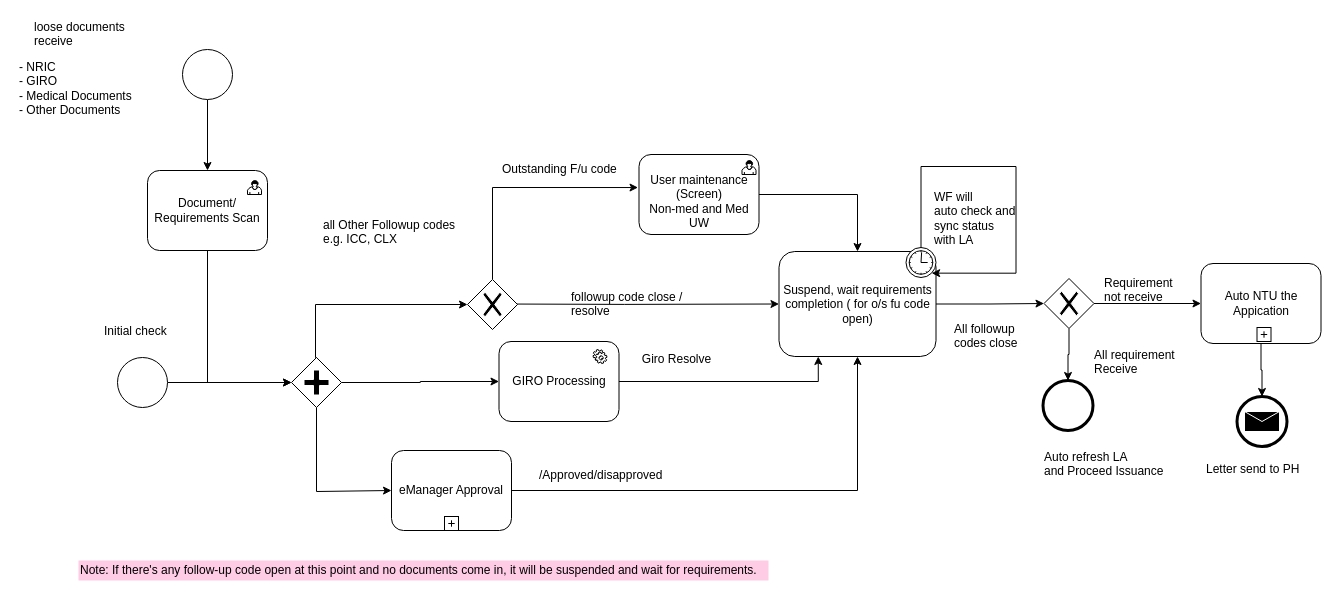
Above: page "Pending Requirement check" (3 of 6) of Untitled Diagram.drawio in Jefferzonlee/WorkFlow-BPR (draw.io), before the change. Source tidied: cells renumbered, new cells numbered last; positions are measured from the earlier drawing's top-left corner, leaving out a move shared by most shapes. Both pictures are drawn from the tidied source at 100%, with x=0, y=0 at pixel (17, 17).
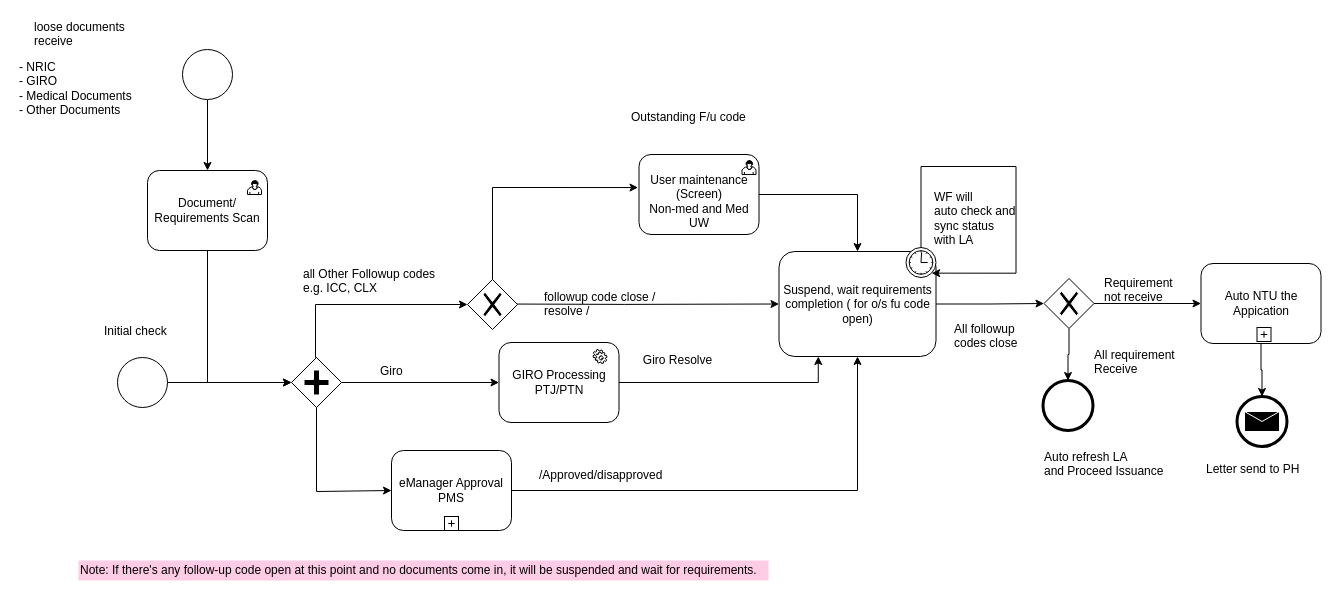
After the change.

Change to the diagram source:
```diff
@@
-    <mxCell id="8" value="&lt;span&gt;GIRO Processing&lt;/span&gt;" style="shape=ext;rounded=1;html=1;whiteSpace=wrap;" parent="1" vertex="1">
-      <mxGeometry x="481.5" y="324" width="120" height="80" as="geometry" />
+    <mxCell id="8" value="&lt;span&gt;GIRO Processing&lt;br&gt;PTJ/PTN&lt;br&gt;&lt;/span&gt;" style="shape=ext;rounded=1;html=1;whiteSpace=wrap;" parent="1" vertex="1">
+      <mxGeometry x="481.5" y="325" width="120" height="80" as="geometry" />
     </mxCell>
@@
-    <mxCell id="25" value="eManager Approval" style="shape=ext;rounded=1;html=1;whiteSpace=wrap;" parent="1" vertex="1">
+    <mxCell id="25" value="eManager Approval&lt;br&gt;PMS&lt;br&gt;" style="shape=ext;rounded=1;html=1;whiteSpace=wrap;" parent="1" vertex="1">
       <mxGeometry x="374" y="433" width="120" height="80" as="geometry" />
     </mxCell>
@@
-    <mxCell id="38" value="followup code close /&lt;br&gt;resolve" style="text;html=1;align=left;verticalAlign=top;spacingTop=-4;" parent="1" vertex="1">
-      <mxGeometry x="551.5" y="270" width="130" height="30" as="geometry" />
+    <mxCell id="38" value="followup code close /&lt;br&gt;resolve /" style="text;html=1;align=left;verticalAlign=top;spacingTop=-4;" parent="1" vertex="1">
+      <mxGeometry x="525" y="270" width="130" height="30" as="geometry" />
     </mxCell>
@@
     <mxCell id="41" value="all Other Followup codes &lt;br&gt;e.g. ICC, CLX" style="text;html=1;align=left;verticalAlign=top;spacingTop=-4;" parent="1" vertex="1">
-      <mxGeometry x="304" y="198" width="150" height="30" as="geometry" />
+      <mxGeometry x="284" y="247" width="150" height="30" as="geometry" />
     </mxCell>
     <mxCell id="42" value="Outstanding F/u code" style="text;html=1;align=left;verticalAlign=top;spacingTop=-4;" parent="1" vertex="1">
-      <mxGeometry x="482.5" y="142" width="130" height="20" as="geometry" />
+      <mxGeometry x="611.5" y="90" width="130" height="20" as="geometry" />
     </mxCell>
@@
+    <mxCell id="53" value="Giro" style="text;html=1;align=left;verticalAlign=top;spacingTop=-4;" parent="1" vertex="1">
+      <mxGeometry x="361" y="344" width="40" height="20" as="geometry" />
+    </mxCell>
```
